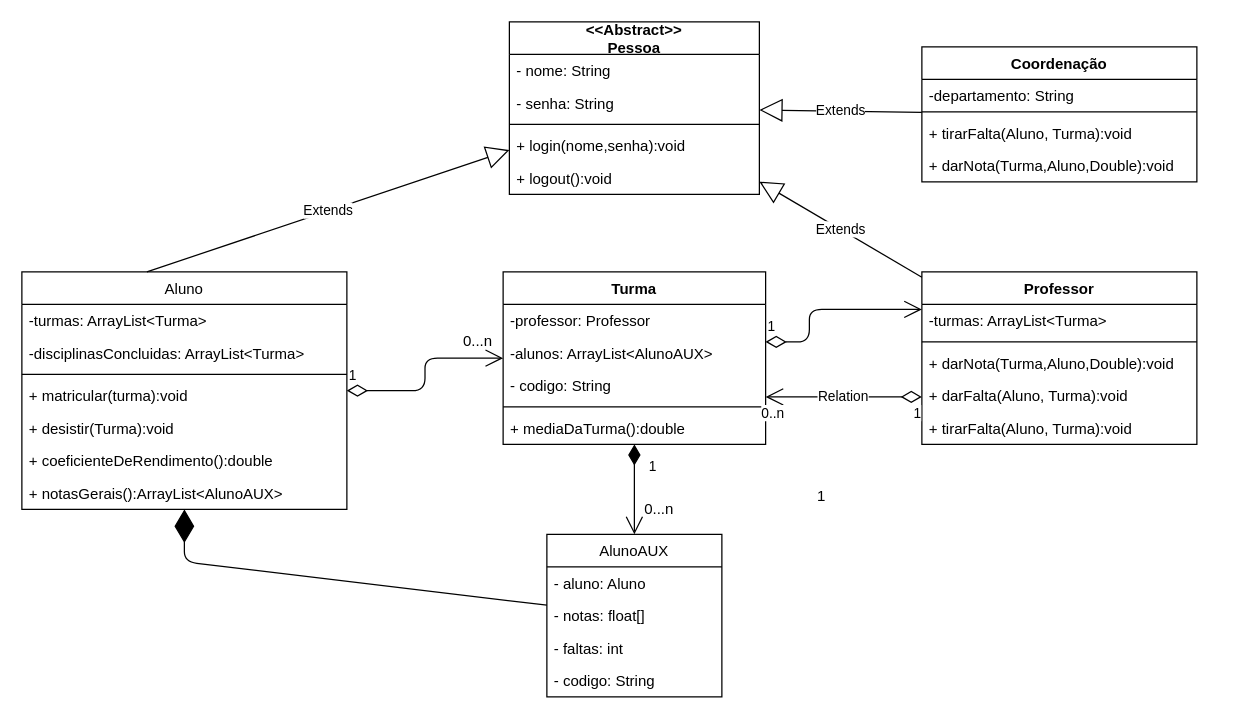
Above: Untitled Diagram.drawio in gabriel-ggpk/Projeto-IP2 (draw.io), before the change. Source tidied: cells renumbered, new cells numbered last; positions are measured from the earlier drawing's top-left corner, leaving out a move shared by most shapes. Both pictures are drawn from the tidied source at 125%, with x=0, y=0 at pixel (21, 21).
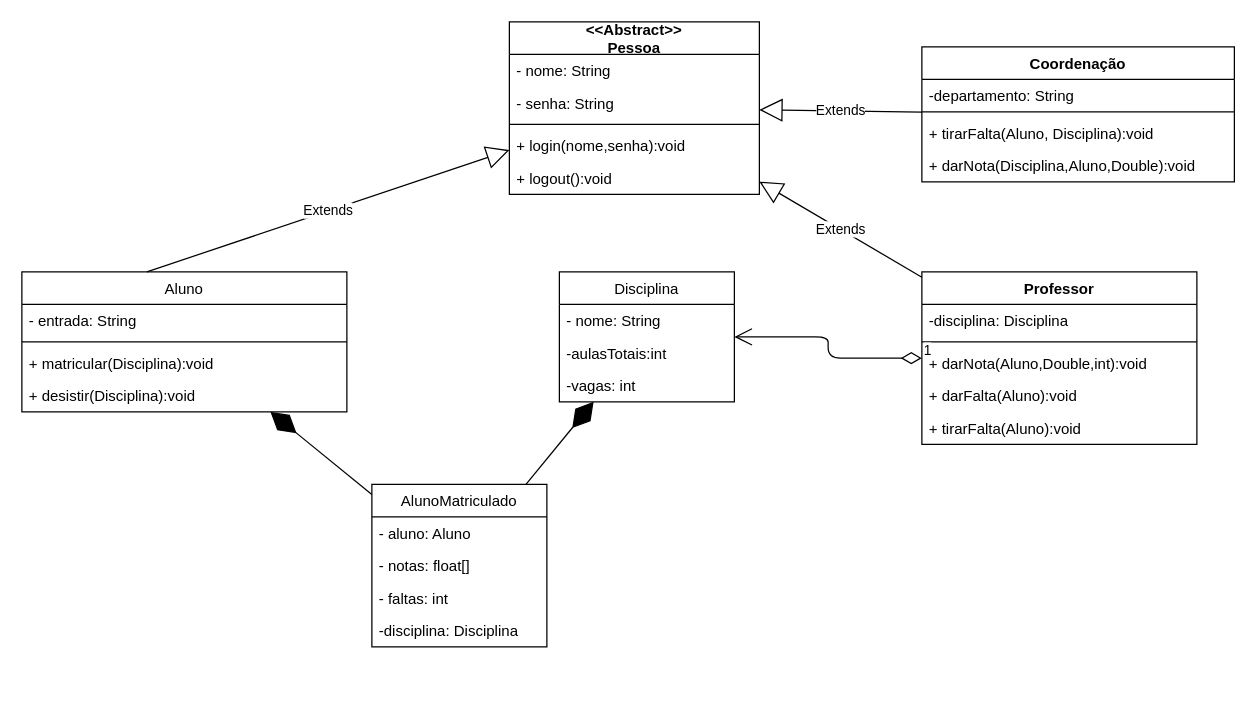
The same diagram, later.

Unchanged cells that the change refers to:
```xml
<mxCell id="2" value="&lt;&lt;Abstract&gt;&gt;&#10;Pessoa" style="swimlane;fontStyle=1;align=center;verticalAlign=middle;horizontal=1;startSize=26;labelPosition=center;verticalLabelPosition=middle;" parent="1" vertex="1">
  <mxGeometry x="390" width="200" height="138" as="geometry" />
</mxCell>
<mxCell id="23" value="Professor" style="swimlane;fontStyle=1;align=center;verticalAlign=top;horizontal=1;startSize=26;" parent="1" vertex="1">
  <mxGeometry x="720" y="200" width="220" height="138" as="geometry" />
</mxCell>
```

Change to the diagram source:
```diff
@@
     <mxCell id="8" value="Aluno" style="swimlane;fontStyle=0;horizontal=1;startSize=26;fillColor=none;" parent="1" vertex="1">
-      <mxGeometry y="200" width="260" height="190" as="geometry" />
+      <mxGeometry y="200" width="260" height="112" as="geometry" />
     </mxCell>
@@
-    <mxCell id="10" value="-turmas: ArrayList&lt;Turma&gt;" style="text;strokeColor=none;fillColor=none;align=left;verticalAlign=top;spacingLeft=4;spacingRight=4;overflow=hidden;" parent="8" vertex="1">
+    <mxCell id="10" value="- entrada: String" style="text;strokeColor=none;fillColor=none;align=left;verticalAlign=top;spacingLeft=4;spacingRight=4;overflow=hidden;" parent="8" vertex="1">
       <mxGeometry y="26" width="260" height="26" as="geometry" />
     </mxCell>
-    <mxCell id="11" value="-disciplinasConcluidas: ArrayList&lt;Turma&gt;" style="text;strokeColor=none;fillColor=none;align=left;verticalAlign=top;spacingLeft=4;spacingRight=4;overflow=hidden;" parent="8" vertex="1">
-      <mxGeometry y="52" width="260" height="26" as="geometry" />
-    </mxCell>
     <mxCell id="12" style="line;strokeWidth=1;fillColor=none;align=left;verticalAlign=middle;spacingTop=-1;spacingLeft=3;spacingRight=3;labelPosition=right;" parent="8" vertex="1">
-      <mxGeometry y="78" width="260" height="8" as="geometry" />
+      <mxGeometry y="52" width="260" height="8" as="geometry" />
     </mxCell>
-    <mxCell id="13" value="+ matricular(turma):void" style="text;strokeColor=none;fillColor=none;align=left;verticalAlign=top;spacingLeft=4;spacingRight=4;overflow=hidden;" parent="8" vertex="1">
-      <mxGeometry y="86" width="260" height="26" as="geometry" />
+    <mxCell id="13" value="+ matricular(Disciplina):void" style="text;strokeColor=none;fillColor=none;align=left;verticalAlign=top;spacingLeft=4;spacingRight=4;overflow=hidden;" parent="8" vertex="1">
+      <mxGeometry y="60" width="260" height="26" as="geometry" />
     </mxCell>
-    <mxCell id="14" value="+ desistir(Turma):void&#10;" style="text;strokeColor=none;fillColor=none;align=left;verticalAlign=top;spacingLeft=4;spacingRight=4;overflow=hidden;" parent="8" vertex="1">
-      <mxGeometry y="112" width="260" height="26" as="geometry" />
+    <mxCell id="14" value="+ desistir(Disciplina):void&#10;" style="text;strokeColor=none;fillColor=none;align=left;verticalAlign=top;spacingLeft=4;spacingRight=4;overflow=hidden;" parent="8" vertex="1">
+      <mxGeometry y="86" width="260" height="26" as="geometry" />
     </mxCell>
-    <mxCell id="15" value="+ coeficienteDeRendimento():double" style="text;strokeColor=none;fillColor=none;align=left;verticalAlign=top;spacingLeft=4;spacingRight=4;overflow=hidden;" parent="8" vertex="1">
-      <mxGeometry y="138" width="260" height="26" as="geometry" />
-    </mxCell>
-    <mxCell id="16" value="+ notasGerais():ArrayList&lt;AlunoAUX&gt;" style="text;strokeColor=none;fillColor=none;align=left;verticalAlign=top;spacingLeft=4;spacingRight=4;overflow=hidden;" parent="8" vertex="1">
-      <mxGeometry y="164" width="260" height="26" as="geometry" />
-    </mxCell>
-    <mxCell id="17" value="Turma" style="swimlane;fontStyle=1;align=center;verticalAlign=top;horizontal=1;startSize=26;" parent="1" vertex="1">
-      <mxGeometry x="385" y="200" width="210" height="138" as="geometry" />
-    </mxCell>
-    <mxCell id="18" value="-professor: Professor" style="text;strokeColor=none;fillColor=none;align=left;verticalAlign=top;spacingLeft=4;spacingRight=4;overflow=hidden;" parent="17" vertex="1">
-      <mxGeometry y="26" width="210" height="26" as="geometry" />
-    </mxCell>
-    <mxCell id="19" value="-alunos: ArrayList&lt;AlunoAUX&gt;" style="text;strokeColor=none;fillColor=none;align=left;verticalAlign=top;spacingLeft=4;spacingRight=4;overflow=hidden;" parent="17" vertex="1">
-      <mxGeometry y="52" width="210" height="26" as="geometry" />
-    </mxCell>
-    <mxCell id="20" value="- codigo: String" style="text;strokeColor=none;fillColor=none;align=left;verticalAlign=top;spacingLeft=4;spacingRight=4;overflow=hidden;" parent="17" vertex="1">
-      <mxGeometry y="78" width="210" height="26" as="geometry" />
-    </mxCell>
-    <mxCell id="21" style="line;strokeWidth=1;fillColor=none;align=left;verticalAlign=middle;spacingTop=-1;spacingLeft=3;spacingRight=3;labelPosition=right;" parent="17" vertex="1">
-      <mxGeometry y="104" width="210" height="8" as="geometry" />
-    </mxCell>
-    <mxCell id="22" value="+ mediaDaTurma():double" style="text;strokeColor=none;fillColor=none;align=left;verticalAlign=top;spacingLeft=4;spacingRight=4;overflow=hidden;" parent="17" vertex="1">
-      <mxGeometry y="112" width="210" height="26" as="geometry" />
-    </mxCell>
@@
-    <mxCell id="24" value="-turmas: ArrayList&lt;Turma&gt;" style="text;strokeColor=none;fillColor=none;align=left;verticalAlign=top;spacingLeft=4;spacingRight=4;overflow=hidden;" parent="23" vertex="1">
+    <mxCell id="24" value="-disciplina: Disciplina" style="text;strokeColor=none;fillColor=none;align=left;verticalAlign=top;spacingLeft=4;spacingRight=4;overflow=hidden;" parent="23" vertex="1">
       <mxGeometry y="26" width="220" height="26" as="geometry" />
     </mxCell>
@@
-    <mxCell id="26" value="+ darNota(Turma,Aluno,Double):void" style="text;strokeColor=none;fillColor=none;align=left;verticalAlign=top;spacingLeft=4;spacingRight=4;overflow=hidden;" parent="23" vertex="1">
+    <mxCell id="26" value="+ darNota(Aluno,Double,int):void" style="text;strokeColor=none;fillColor=none;align=left;verticalAlign=top;spacingLeft=4;spacingRight=4;overflow=hidden;" parent="23" vertex="1">
       <mxGeometry y="60" width="220" height="26" as="geometry" />
     </mxCell>
-    <mxCell id="27" value="+ darFalta(Aluno, Turma):void" style="text;strokeColor=none;fillColor=none;align=left;verticalAlign=top;spacingLeft=4;spacingRight=4;overflow=hidden;" parent="23" vertex="1">
+    <mxCell id="27" value="+ darFalta(Aluno):void" style="text;strokeColor=none;fillColor=none;align=left;verticalAlign=top;spacingLeft=4;spacingRight=4;overflow=hidden;" parent="23" vertex="1">
       <mxGeometry y="86" width="220" height="26" as="geometry" />
     </mxCell>
-    <mxCell id="28" value="+ tirarFalta(Aluno, Turma):void" style="text;strokeColor=none;fillColor=none;align=left;verticalAlign=top;spacingLeft=4;spacingRight=4;overflow=hidden;" parent="23" vertex="1">
+    <mxCell id="28" value="+ tirarFalta(Aluno):void" style="text;strokeColor=none;fillColor=none;align=left;verticalAlign=top;spacingLeft=4;spacingRight=4;overflow=hidden;" parent="23" vertex="1">
       <mxGeometry y="112" width="220" height="26" as="geometry" />
     </mxCell>
@@
     <mxCell id="30" value="Coordenação" style="swimlane;fontStyle=1;align=center;verticalAlign=top;horizontal=1;startSize=26;" parent="1" vertex="1">
-      <mxGeometry x="720" y="20" width="220" height="108" as="geometry" />
+      <mxGeometry x="720" y="20" width="250" height="108" as="geometry" />
     </mxCell>
     <mxCell id="31" value="-departamento: String" style="text;strokeColor=none;fillColor=none;align=left;verticalAlign=top;spacingLeft=4;spacingRight=4;overflow=hidden;" parent="30" vertex="1">
-      <mxGeometry y="26" width="220" height="22" as="geometry" />
+      <mxGeometry y="26" width="250" height="22" as="geometry" />
     </mxCell>
     <mxCell id="32" style="line;strokeWidth=1;fillColor=none;align=left;verticalAlign=middle;spacingTop=-1;spacingLeft=3;spacingRight=3;labelPosition=right;" parent="30" vertex="1">
-      <mxGeometry y="48" width="220" height="8" as="geometry" />
+      <mxGeometry y="48" width="250" height="8" as="geometry" />
     </mxCell>
-    <mxCell id="33" value="+ tirarFalta(Aluno, Turma):void" style="text;strokeColor=none;fillColor=none;align=left;verticalAlign=top;spacingLeft=4;spacingRight=4;overflow=hidden;" parent="30" vertex="1">
-      <mxGeometry y="56" width="220" height="26" as="geometry" />
+    <mxCell id="33" value="+ tirarFalta(Aluno, Disciplina):void" style="text;strokeColor=none;fillColor=none;align=left;verticalAlign=top;spacingLeft=4;spacingRight=4;overflow=hidden;" parent="30" vertex="1">
+      <mxGeometry y="56" width="250" height="26" as="geometry" />
     </mxCell>
-    <mxCell id="34" value="+ darNota(Turma,Aluno,Double):void" style="text;strokeColor=none;fillColor=none;align=left;verticalAlign=top;spacingLeft=4;spacingRight=4;overflow=hidden;" parent="30" vertex="1">
-      <mxGeometry y="82" width="220" height="26" as="geometry" />
+    <mxCell id="34" value="+ darNota(Disciplina,Aluno,Double):void" style="text;strokeColor=none;fillColor=none;align=left;verticalAlign=top;spacingLeft=4;spacingRight=4;overflow=hidden;" parent="30" vertex="1">
+      <mxGeometry y="82" width="250" height="26" as="geometry" />
     </mxCell>
-    <mxCell id="35" value="AlunoAUX" style="swimlane;fontStyle=0;horizontal=1;startSize=26;fillColor=none;" parent="1" vertex="1">
-      <mxGeometry x="420" y="410" width="140" height="130" as="geometry" />
+    <mxCell id="35" value="AlunoMatriculado" style="swimlane;fontStyle=0;horizontal=1;startSize=26;fillColor=none;" parent="1" vertex="1">
+      <mxGeometry x="280" y="370" width="140" height="130" as="geometry" />
     </mxCell>
@@
-    <mxCell id="39" value="- codigo: String" style="text;strokeColor=none;fillColor=none;align=left;verticalAlign=top;spacingLeft=4;spacingRight=4;overflow=hidden;" parent="35" vertex="1">
+    <mxCell id="39" value="-disciplina: Disciplina" style="text;strokeColor=none;fillColor=none;align=left;verticalAlign=top;spacingLeft=4;spacingRight=4;overflow=hidden;" parent="35" vertex="1">
       <mxGeometry y="104" width="140" height="26" as="geometry" />
     </mxCell>
-    <mxCell id="40" value="Relation" style="endArrow=open;html=1;endSize=12;startArrow=diamondThin;startSize=14;startFill=0;edgeStyle=orthogonalEdgeStyle;" parent="1" edge="1" source="23" target="17">
-      <mxGeometry relative="1" as="geometry">
-        <Array as="points">
-          <mxPoint x="660" y="300" />
-          <mxPoint x="660" y="300" />
-        </Array>
-      </mxGeometry>
-    </mxCell>
-    <mxCell id="41" value="0..n" style="edgeLabel;html=1;align=left;verticalAlign=top;" parent="40" vertex="1">
-      <mxGeometry x="-1" relative="1" as="geometry">
-        <mxPoint x="-130" as="offset" />
-      </mxGeometry>
-    </mxCell>
-    <mxCell id="42" value="1" style="edgeLabel;html=1;align=right;verticalAlign=top;" parent="40" vertex="1">
-      <mxGeometry x="1" relative="1" as="geometry">
-        <mxPoint x="125" as="offset" />
-      </mxGeometry>
-    </mxCell>
-    <mxCell id="43" value="1" style="endArrow=open;html=1;endSize=12;startArrow=diamondThin;startSize=14;startFill=0;edgeStyle=orthogonalEdgeStyle;align=left;verticalAlign=bottom;" parent="1" edge="1" source="17" target="23">
-      <mxGeometry x="-1" y="3" relative="1" as="geometry">
-        <Array as="points">
-          <mxPoint x="630" y="256" />
-          <mxPoint x="630" y="230" />
-        </Array>
-      </mxGeometry>
-    </mxCell>
-    <mxCell id="44" value="1" style="endArrow=open;html=1;endSize=12;startArrow=diamondThin;startSize=14;startFill=1;edgeStyle=orthogonalEdgeStyle;align=left;verticalAlign=bottom;" parent="1" edge="1" source="17" target="35">
-      <mxGeometry x="-0.24" y="10" relative="1" as="geometry">
-        <Array as="points">
-          <mxPoint x="490" y="350" />
-          <mxPoint x="490" y="350" />
-        </Array>
-      </mxGeometry>
-    </mxCell>
-    <mxCell id="45" value="1" style="text;html=1;strokeColor=none;fillColor=none;align=center;verticalAlign=middle;whiteSpace=wrap;rounded=0;" parent="1" vertex="1">
-      <mxGeometry x="620" y="370" width="40" height="20" as="geometry" />
-    </mxCell>
-    <mxCell id="46" value="0...n" style="text;html=1;strokeColor=none;fillColor=none;align=center;verticalAlign=middle;whiteSpace=wrap;rounded=0;" parent="1" vertex="1">
-      <mxGeometry x="490" y="380" width="40" height="20" as="geometry" />
-    </mxCell>
+    <mxCell id="49" value="Extends" style="endArrow=block;endSize=16;endFill=0;html=1;" parent="1" edge="1" source="30" target="2">
+      <mxGeometry relative="1" as="geometry" />
+    </mxCell>
+    <mxCell id="51" value="Disciplina" style="swimlane;fontStyle=0;horizontal=1;startSize=26;fillColor=none;" parent="1" vertex="1">
+      <mxGeometry x="430" y="200" width="140" height="104" as="geometry" />
+    </mxCell>
+    <mxCell id="52" value="- nome: String" style="text;strokeColor=none;fillColor=none;align=left;verticalAlign=top;spacingLeft=4;spacingRight=4;overflow=hidden;" parent="51" vertex="1">
+      <mxGeometry y="26" width="140" height="26" as="geometry" />
+    </mxCell>
+    <mxCell id="53" value="-aulasTotais:int" style="text;strokeColor=none;fillColor=none;align=left;verticalAlign=top;spacingLeft=4;spacingRight=4;overflow=hidden;" parent="51" vertex="1">
+      <mxGeometry y="52" width="140" height="26" as="geometry" />
+    </mxCell>
+    <mxCell id="54" value="-vagas: int" style="text;strokeColor=none;fillColor=none;align=left;verticalAlign=top;spacingLeft=4;spacingRight=4;overflow=hidden;" parent="51" vertex="1">
+      <mxGeometry y="78" width="140" height="26" as="geometry" />
+    </mxCell>
+    <mxCell id="55" style="endArrow=diamondThin;endFill=1;endSize=24;html=1;" parent="1" edge="1" source="35" target="51">
+      <mxGeometry relative="1" as="geometry" />
+    </mxCell>
     <mxCell id="47" style="endArrow=diamondThin;endFill=1;endSize=24;html=1;" parent="1" edge="1" source="35" target="8">
-      <mxGeometry relative="1" as="geometry">
-        <Array as="points">
-          <mxPoint x="130" y="432" />
-        </Array>
-      </mxGeometry>
+      <mxGeometry relative="1" as="geometry" />
     </mxCell>
-    <mxCell id="48" value="1" style="endArrow=open;html=1;endSize=12;startArrow=diamondThin;startSize=14;startFill=0;edgeStyle=orthogonalEdgeStyle;align=left;verticalAlign=bottom;" parent="1" edge="1" source="8" target="17">
-      <mxGeometry x="-1" y="3" relative="1" as="geometry" />
-    </mxCell>
-    <mxCell id="49" value="Extends" style="endArrow=block;endSize=16;endFill=0;html=1;" parent="1" edge="1" source="30" target="2">
-      <mxGeometry relative="1" as="geometry" />
-    </mxCell>
-    <mxCell id="50" value="0...n" style="text;html=1;strokeColor=none;fillColor=none;align=center;verticalAlign=middle;whiteSpace=wrap;rounded=0;" parent="1" vertex="1">
-      <mxGeometry x="345" y="246" width="40" height="20" as="geometry" />
-    </mxCell>
+    <mxCell id="56" value="1" style="endArrow=open;html=1;endSize=12;startArrow=diamondThin;startSize=14;startFill=0;edgeStyle=orthogonalEdgeStyle;align=left;verticalAlign=bottom;" parent="1" edge="1" source="23" target="51">
+      <mxGeometry x="-1" y="3" relative="1" as="geometry" />
+    </mxCell>
```
